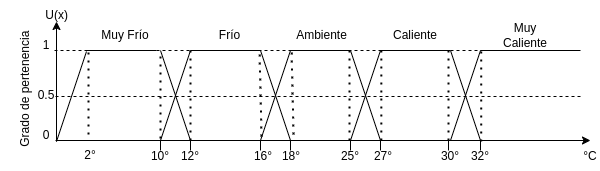
Before: UML/Modulo2/diseno/logica2.drawio.png, a diagram exported from draw.io (miicxitl-kin/Proyecto-Terminal-1-y-2). Source tidied: cells renumbered, new cells last; positions are measured from the earlier drawing's top-left corner, leaving out a move shared by most shapes. Source of this version:
```xml
<mxGraphModel>
  <root>
    <mxCell id="0" />
    <mxCell id="1" parent="0" />
    <mxCell id="2" style="endArrow=classic;html=1;" parent="1" edge="1">
      <mxGeometry relative="1" as="geometry">
        <mxPoint x="96" y="141" as="sourcePoint" />
        <mxPoint x="96" y="21" as="targetPoint" />
      </mxGeometry>
    </mxCell>
    <mxCell id="3" style="endArrow=classic;html=1;" parent="1" edge="1">
      <mxGeometry relative="1" as="geometry">
        <mxPoint x="95" y="140" as="sourcePoint" />
        <mxPoint x="630" y="140" as="targetPoint" />
      </mxGeometry>
    </mxCell>
    <mxCell id="4" style="endArrow=none;dashed=1;html=1;" parent="1" edge="1">
      <mxGeometry relative="1" as="geometry">
        <mxPoint x="94" y="50" as="sourcePoint" />
        <mxPoint x="554" y="50" as="targetPoint" />
      </mxGeometry>
    </mxCell>
    <mxCell id="5" value="&lt;div&gt;&lt;font style=&quot;color: rgb(0, 0, 0);&quot;&gt;&amp;nbsp;U(x)&lt;/font&gt;&lt;/div&gt;" style="text;html=1;align=center;verticalAlign=middle;whiteSpace=wrap;rounded=0;" parent="1" vertex="1">
      <mxGeometry x="40" width="110" height="30" as="geometry" />
    </mxCell>
    <mxCell id="6" value="1" style="text;html=1;align=center;verticalAlign=middle;whiteSpace=wrap;rounded=0;" parent="1" vertex="1">
      <mxGeometry x="76" y="30" width="20" height="30" as="geometry" />
    </mxCell>
    <mxCell id="7" style="endArrow=none;html=1;entryX=0.5;entryY=0;entryDx=0;entryDy=0;" parent="1" edge="1">
      <mxGeometry relative="1" as="geometry">
        <mxPoint x="230" y="150" as="sourcePoint" />
        <mxPoint x="230" y="140" as="targetPoint" />
      </mxGeometry>
    </mxCell>
    <mxCell id="8" style="endArrow=none;html=1;entryX=0.5;entryY=0;entryDx=0;entryDy=0;" parent="1" edge="1">
      <mxGeometry relative="1" as="geometry">
        <mxPoint x="200" y="150" as="sourcePoint" />
        <mxPoint x="200" y="140" as="targetPoint" />
      </mxGeometry>
    </mxCell>
    <mxCell id="9" value="°C" style="text;html=1;align=center;verticalAlign=middle;whiteSpace=wrap;rounded=0;" parent="1" vertex="1">
      <mxGeometry x="620" y="141" width="20" height="30" as="geometry" />
    </mxCell>
    <mxCell id="10" value="0" style="text;html=1;align=center;verticalAlign=middle;whiteSpace=wrap;rounded=0;" parent="1" vertex="1">
      <mxGeometry x="76" y="120" width="20" height="30" as="geometry" />
    </mxCell>
    <mxCell id="11" style="endArrow=none;html=1;" parent="1" edge="1">
      <mxGeometry relative="1" as="geometry">
        <mxPoint x="420" y="50" as="sourcePoint" />
        <mxPoint x="490" y="50" as="targetPoint" />
      </mxGeometry>
    </mxCell>
    <mxCell id="12" style="endArrow=none;html=1;" parent="1" edge="1">
      <mxGeometry relative="1" as="geometry">
        <mxPoint x="200" y="50" as="sourcePoint" />
        <mxPoint x="230" y="140" as="targetPoint" />
      </mxGeometry>
    </mxCell>
    <mxCell id="13" style="endArrow=none;dashed=1;html=1;dashPattern=1 3;strokeWidth=2;exitX=0.076;exitY=-0.07;exitDx=0;exitDy=0;exitPerimeter=0;" parent="1" edge="1">
      <mxGeometry relative="1" as="geometry">
        <mxPoint x="200" y="138" as="sourcePoint" />
        <mxPoint x="200" y="50" as="targetPoint" />
      </mxGeometry>
    </mxCell>
    <mxCell id="14" style="endArrow=none;html=1;" parent="1" edge="1">
      <mxGeometry relative="1" as="geometry">
        <mxPoint x="200" y="140" as="sourcePoint" />
        <mxPoint x="230" y="50" as="targetPoint" />
      </mxGeometry>
    </mxCell>
    <mxCell id="15" style="endArrow=none;html=1;" parent="1" edge="1">
      <mxGeometry relative="1" as="geometry">
        <mxPoint x="230" y="50" as="sourcePoint" />
        <mxPoint x="300" y="50" as="targetPoint" />
      </mxGeometry>
    </mxCell>
    <mxCell id="16" style="endArrow=none;html=1;" parent="1" edge="1">
      <mxGeometry relative="1" as="geometry">
        <mxPoint x="300" y="50" as="sourcePoint" />
        <mxPoint x="330" y="140" as="targetPoint" />
      </mxGeometry>
    </mxCell>
    <mxCell id="17" style="endArrow=none;dashed=1;html=1;dashPattern=1 3;strokeWidth=2;" parent="1" edge="1">
      <mxGeometry relative="1" as="geometry">
        <mxPoint x="230" y="140" as="sourcePoint" />
        <mxPoint x="230" y="50" as="targetPoint" />
      </mxGeometry>
    </mxCell>
    <mxCell id="18" style="endArrow=none;dashed=1;html=1;dashPattern=1 3;strokeWidth=2;exitX=0.076;exitY=-0.07;exitDx=0;exitDy=0;exitPerimeter=0;" parent="1" edge="1">
      <mxGeometry relative="1" as="geometry">
        <mxPoint x="301" y="136" as="sourcePoint" />
        <mxPoint x="299" y="48" as="targetPoint" />
      </mxGeometry>
    </mxCell>
    <mxCell id="19" style="endArrow=none;html=1;entryX=0.5;entryY=0;entryDx=0;entryDy=0;" parent="1" edge="1">
      <mxGeometry relative="1" as="geometry">
        <mxPoint x="300" y="150" as="sourcePoint" />
        <mxPoint x="300" y="140" as="targetPoint" />
      </mxGeometry>
    </mxCell>
    <mxCell id="20" style="endArrow=none;html=1;entryX=0.5;entryY=0;entryDx=0;entryDy=0;" parent="1" edge="1">
      <mxGeometry relative="1" as="geometry">
        <mxPoint x="330" y="150" as="sourcePoint" />
        <mxPoint x="330" y="140" as="targetPoint" />
      </mxGeometry>
    </mxCell>
    <mxCell id="21" style="endArrow=none;html=1;" parent="1" edge="1">
      <mxGeometry relative="1" as="geometry">
        <mxPoint x="300" y="140" as="sourcePoint" />
        <mxPoint x="330" y="50" as="targetPoint" />
      </mxGeometry>
    </mxCell>
    <mxCell id="22" style="endArrow=none;html=1;" parent="1" edge="1">
      <mxGeometry relative="1" as="geometry">
        <mxPoint x="330" y="50" as="sourcePoint" />
        <mxPoint x="390" y="50" as="targetPoint" />
      </mxGeometry>
    </mxCell>
    <mxCell id="23" style="endArrow=none;html=1;" parent="1" edge="1">
      <mxGeometry relative="1" as="geometry">
        <mxPoint x="390" y="50" as="sourcePoint" />
        <mxPoint x="420" y="140" as="targetPoint" />
      </mxGeometry>
    </mxCell>
    <mxCell id="24" style="endArrow=none;dashed=1;html=1;dashPattern=1 3;strokeWidth=2;exitX=0.076;exitY=-0.07;exitDx=0;exitDy=0;exitPerimeter=0;" parent="1" edge="1">
      <mxGeometry relative="1" as="geometry">
        <mxPoint x="333" y="134" as="sourcePoint" />
        <mxPoint x="331" y="46" as="targetPoint" />
      </mxGeometry>
    </mxCell>
    <mxCell id="25" style="endArrow=none;dashed=1;html=1;dashPattern=1 3;strokeWidth=2;" parent="1" edge="1">
      <mxGeometry relative="1" as="geometry">
        <mxPoint x="389" y="140" as="sourcePoint" />
        <mxPoint x="389" y="50" as="targetPoint" />
      </mxGeometry>
    </mxCell>
    <mxCell id="26" style="endArrow=none;html=1;entryX=0.5;entryY=0;entryDx=0;entryDy=0;" parent="1" edge="1">
      <mxGeometry relative="1" as="geometry">
        <mxPoint x="390" y="150" as="sourcePoint" />
        <mxPoint x="390" y="140" as="targetPoint" />
      </mxGeometry>
    </mxCell>
    <mxCell id="27" style="endArrow=none;html=1;entryX=0.5;entryY=0;entryDx=0;entryDy=0;" parent="1" edge="1">
      <mxGeometry relative="1" as="geometry">
        <mxPoint x="420" y="150" as="sourcePoint" />
        <mxPoint x="420" y="140" as="targetPoint" />
      </mxGeometry>
    </mxCell>
    <mxCell id="28" value="2°" style="text;html=1;align=center;verticalAlign=middle;whiteSpace=wrap;rounded=0;" parent="1" vertex="1">
      <mxGeometry x="120" y="140" width="20" height="30" as="geometry" />
    </mxCell>
    <mxCell id="29" style="endArrow=none;html=1;" parent="1" edge="1">
      <mxGeometry relative="1" as="geometry">
        <mxPoint x="390" y="140" as="sourcePoint" />
        <mxPoint x="420" y="50" as="targetPoint" />
      </mxGeometry>
    </mxCell>
    <mxCell id="30" style="endArrow=none;dashed=1;html=1;endSize=6;startSize=6;jumpSize=5;strokeWidth=1;jumpStyle=none;" parent="1" edge="1">
      <mxGeometry relative="1" as="geometry">
        <mxPoint x="95" y="96" as="sourcePoint" />
        <mxPoint x="620" y="96" as="targetPoint" />
      </mxGeometry>
    </mxCell>
    <mxCell id="31" style="endArrow=none;dashed=1;html=1;dashPattern=1 3;strokeWidth=2;" parent="1" edge="1">
      <mxGeometry relative="1" as="geometry">
        <mxPoint x="420.8" y="140" as="sourcePoint" />
        <mxPoint x="420.8" y="50" as="targetPoint" />
      </mxGeometry>
    </mxCell>
    <mxCell id="32" value="0.5" style="text;html=1;align=center;verticalAlign=middle;whiteSpace=wrap;rounded=0;" parent="1" vertex="1">
      <mxGeometry x="76" y="80" width="20" height="30" as="geometry" />
    </mxCell>
    <mxCell id="33" value="Caliente" style="text;html=1;align=center;verticalAlign=middle;whiteSpace=wrap;rounded=0;" parent="1" vertex="1">
      <mxGeometry x="420" y="20" width="70" height="30" as="geometry" />
    </mxCell>
    <mxCell id="34" value="Ambiente" style="text;html=1;align=center;verticalAlign=middle;whiteSpace=wrap;rounded=0;" parent="1" vertex="1">
      <mxGeometry x="323" y="20" width="77" height="30" as="geometry" />
    </mxCell>
    <mxCell id="35" value="Frío" style="text;html=1;align=center;verticalAlign=middle;whiteSpace=wrap;rounded=0;" parent="1" vertex="1">
      <mxGeometry x="240" y="20" width="59" height="30" as="geometry" />
    </mxCell>
    <mxCell id="36" value="Muy Frío" style="text;html=1;align=center;verticalAlign=middle;whiteSpace=wrap;rounded=0;" parent="1" vertex="1">
      <mxGeometry x="130" y="20" width="70" height="30" as="geometry" />
    </mxCell>
    <mxCell id="37" style="endArrow=none;html=1;" parent="1" edge="1">
      <mxGeometry relative="1" as="geometry">
        <mxPoint x="490" y="50" as="sourcePoint" />
        <mxPoint x="520" y="140" as="targetPoint" />
      </mxGeometry>
    </mxCell>
    <mxCell id="38" style="endArrow=none;dashed=1;html=1;dashPattern=1 3;strokeWidth=2;" parent="1" edge="1">
      <mxGeometry relative="1" as="geometry">
        <mxPoint x="488" y="140" as="sourcePoint" />
        <mxPoint x="488" y="50" as="targetPoint" />
      </mxGeometry>
    </mxCell>
    <mxCell id="39" style="endArrow=none;html=1;entryX=0.5;entryY=0;entryDx=0;entryDy=0;" parent="1" edge="1">
      <mxGeometry relative="1" as="geometry">
        <mxPoint x="520" y="150" as="sourcePoint" />
        <mxPoint x="520" y="140" as="targetPoint" />
      </mxGeometry>
    </mxCell>
    <mxCell id="40" style="endArrow=none;html=1;entryX=0.5;entryY=0;entryDx=0;entryDy=0;" parent="1" edge="1">
      <mxGeometry relative="1" as="geometry">
        <mxPoint x="488" y="150" as="sourcePoint" />
        <mxPoint x="488" y="140" as="targetPoint" />
      </mxGeometry>
    </mxCell>
    <mxCell id="41" value="Grado de pertenencia&amp;nbsp;" style="text;html=1;align=center;verticalAlign=middle;whiteSpace=wrap;rounded=0;rotation=-90;" parent="1" vertex="1">
      <mxGeometry y="72" width="130" height="30" as="geometry" />
    </mxCell>
    <mxCell id="42" style="endArrow=none;html=1;" parent="1" edge="1">
      <mxGeometry relative="1" as="geometry">
        <mxPoint x="96" y="141" as="sourcePoint" />
        <mxPoint x="126" y="51" as="targetPoint" />
      </mxGeometry>
    </mxCell>
    <mxCell id="43" style="endArrow=none;html=1;" parent="1" edge="1">
      <mxGeometry relative="1" as="geometry">
        <mxPoint x="126" y="50" as="sourcePoint" />
        <mxPoint x="196" y="50" as="targetPoint" />
      </mxGeometry>
    </mxCell>
    <mxCell id="44" style="endArrow=none;dashed=1;html=1;dashPattern=1 3;strokeWidth=2;exitX=0.076;exitY=-0.07;exitDx=0;exitDy=0;exitPerimeter=0;" parent="1" edge="1">
      <mxGeometry relative="1" as="geometry">
        <mxPoint x="128" y="134" as="sourcePoint" />
        <mxPoint x="128" y="46" as="targetPoint" />
      </mxGeometry>
    </mxCell>
    <mxCell id="45" value="10°" style="text;html=1;align=center;verticalAlign=middle;whiteSpace=wrap;rounded=0;" parent="1" vertex="1">
      <mxGeometry x="190" y="141" width="20" height="30" as="geometry" />
    </mxCell>
    <mxCell id="46" value="12°" style="text;html=1;align=center;verticalAlign=middle;whiteSpace=wrap;rounded=0;" parent="1" vertex="1">
      <mxGeometry x="220" y="141" width="20" height="30" as="geometry" />
    </mxCell>
    <mxCell id="47" value="16°" style="text;html=1;align=center;verticalAlign=middle;whiteSpace=wrap;rounded=0;" parent="1" vertex="1">
      <mxGeometry x="293" y="141" width="20" height="30" as="geometry" />
    </mxCell>
    <mxCell id="48" value="18°" style="text;html=1;align=center;verticalAlign=middle;whiteSpace=wrap;rounded=0;" parent="1" vertex="1">
      <mxGeometry x="321" y="141" width="20" height="30" as="geometry" />
    </mxCell>
    <mxCell id="49" value="25°" style="text;html=1;align=center;verticalAlign=middle;whiteSpace=wrap;rounded=0;" parent="1" vertex="1">
      <mxGeometry x="380" y="141" width="20" height="30" as="geometry" />
    </mxCell>
    <mxCell id="50" value="27°" style="text;html=1;align=center;verticalAlign=middle;whiteSpace=wrap;rounded=0;" parent="1" vertex="1">
      <mxGeometry x="413" y="141" width="20" height="30" as="geometry" />
    </mxCell>
    <mxCell id="51" value="30°" style="text;html=1;align=center;verticalAlign=middle;whiteSpace=wrap;rounded=0;" parent="1" vertex="1">
      <mxGeometry x="480" y="141" width="20" height="30" as="geometry" />
    </mxCell>
    <mxCell id="52" value="32°" style="text;html=1;align=center;verticalAlign=middle;whiteSpace=wrap;rounded=0;" parent="1" vertex="1">
      <mxGeometry x="510" y="141" width="20" height="30" as="geometry" />
    </mxCell>
    <mxCell id="53" style="endArrow=none;html=1;" parent="1" edge="1">
      <mxGeometry relative="1" as="geometry">
        <mxPoint x="490" y="140" as="sourcePoint" />
        <mxPoint x="520" y="50" as="targetPoint" />
      </mxGeometry>
    </mxCell>
    <mxCell id="54" style="endArrow=none;html=1;" parent="1" edge="1">
      <mxGeometry relative="1" as="geometry">
        <mxPoint x="520" y="50" as="sourcePoint" />
        <mxPoint x="620" y="50" as="targetPoint" />
      </mxGeometry>
    </mxCell>
    <mxCell id="55" style="endArrow=none;dashed=1;html=1;dashPattern=1 3;strokeWidth=2;" parent="1" edge="1">
      <mxGeometry relative="1" as="geometry">
        <mxPoint x="520.7" y="141" as="sourcePoint" />
        <mxPoint x="520.7" y="51" as="targetPoint" />
      </mxGeometry>
    </mxCell>
    <mxCell id="56" value="Muy Caliente" style="text;html=1;align=center;verticalAlign=middle;whiteSpace=wrap;rounded=0;" parent="1" vertex="1">
      <mxGeometry x="530" y="20" width="70" height="30" as="geometry" />
    </mxCell>
  </root>
</mxGraphModel>
```
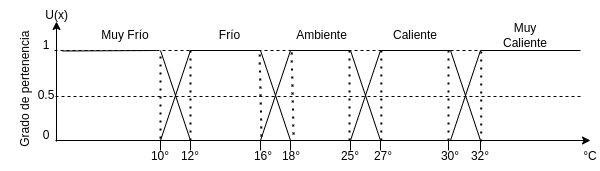
Above is the later version.

What changed in the source:
```diff
@@ -146,9 +146,6 @@
         <mxPoint x="420" y="140" as="targetPoint" />
       </mxGeometry>
     </mxCell>
-    <mxCell id="28" value="2°" style="text;html=1;align=center;verticalAlign=middle;whiteSpace=wrap;rounded=0;" parent="1" vertex="1">
-      <mxGeometry x="120" y="140" width="20" height="30" as="geometry" />
-    </mxCell>
     <mxCell id="29" style="endArrow=none;html=1;" parent="1" edge="1">
       <mxGeometry relative="1" as="geometry">
         <mxPoint x="390" y="140" as="sourcePoint" />
@@ -209,24 +206,12 @@
     <mxCell id="41" value="Grado de pertenencia&amp;nbsp;" style="text;html=1;align=center;verticalAlign=middle;whiteSpace=wrap;rounded=0;rotation=-90;" parent="1" vertex="1">
       <mxGeometry y="72" width="130" height="30" as="geometry" />
     </mxCell>
-    <mxCell id="42" style="endArrow=none;html=1;" parent="1" edge="1">
-      <mxGeometry relative="1" as="geometry">
-        <mxPoint x="96" y="141" as="sourcePoint" />
-        <mxPoint x="126" y="51" as="targetPoint" />
-      </mxGeometry>
-    </mxCell>
-    <mxCell id="43" style="endArrow=none;html=1;" parent="1" edge="1">
+    <mxCell id="43" style="endArrow=none;html=1;exitX=1;exitY=0.75;exitDx=0;exitDy=0;" parent="1" edge="1">
       <mxGeometry relative="1" as="geometry">
-        <mxPoint x="126" y="50" as="sourcePoint" />
+        <mxPoint x="102" y="50.5" as="sourcePoint" />
         <mxPoint x="196" y="50" as="targetPoint" />
       </mxGeometry>
     </mxCell>
-    <mxCell id="44" style="endArrow=none;dashed=1;html=1;dashPattern=1 3;strokeWidth=2;exitX=0.076;exitY=-0.07;exitDx=0;exitDy=0;exitPerimeter=0;" parent="1" edge="1">
-      <mxGeometry relative="1" as="geometry">
-        <mxPoint x="128" y="134" as="sourcePoint" />
-        <mxPoint x="128" y="46" as="targetPoint" />
-      </mxGeometry>
-    </mxCell>
     <mxCell id="45" value="10°" style="text;html=1;align=center;verticalAlign=middle;whiteSpace=wrap;rounded=0;" parent="1" vertex="1">
       <mxGeometry x="190" y="141" width="20" height="30" as="geometry" />
     </mxCell>
```
